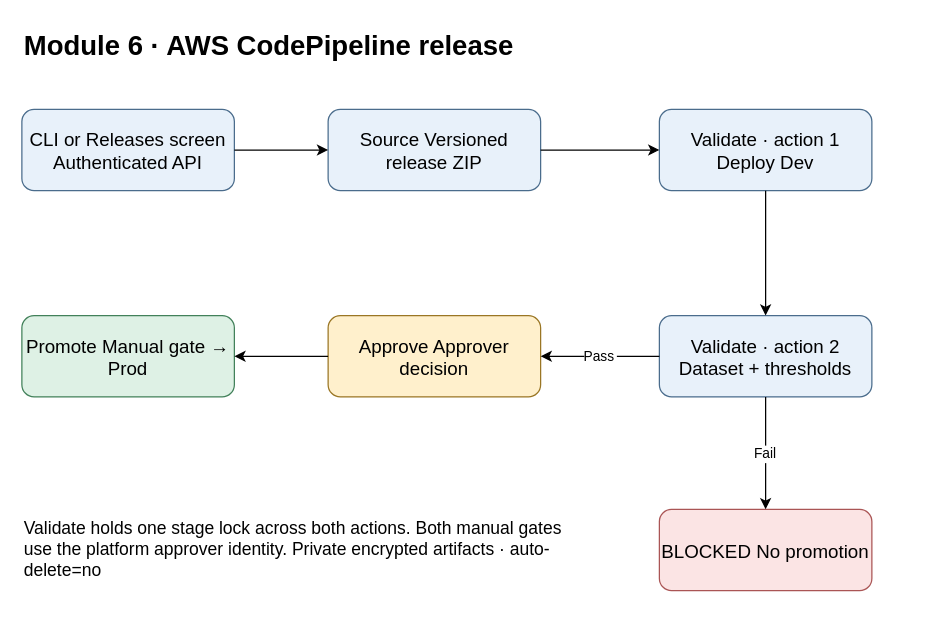
aws-samples/sample-agentic-ai-platform-on-aws-workshop keeps this draw.io diagram as docs/v2/course/arch/module-6-codepipeline.drawio. Above is the earlier version. Source tidied: cells renumbered, new cells numbered last; positions are measured from the earlier drawing's top-left corner, leaving out a move shared by most shapes. Both pictures are drawn from the tidied source at 125%, with x=0, y=0 at pixel (21, 21).
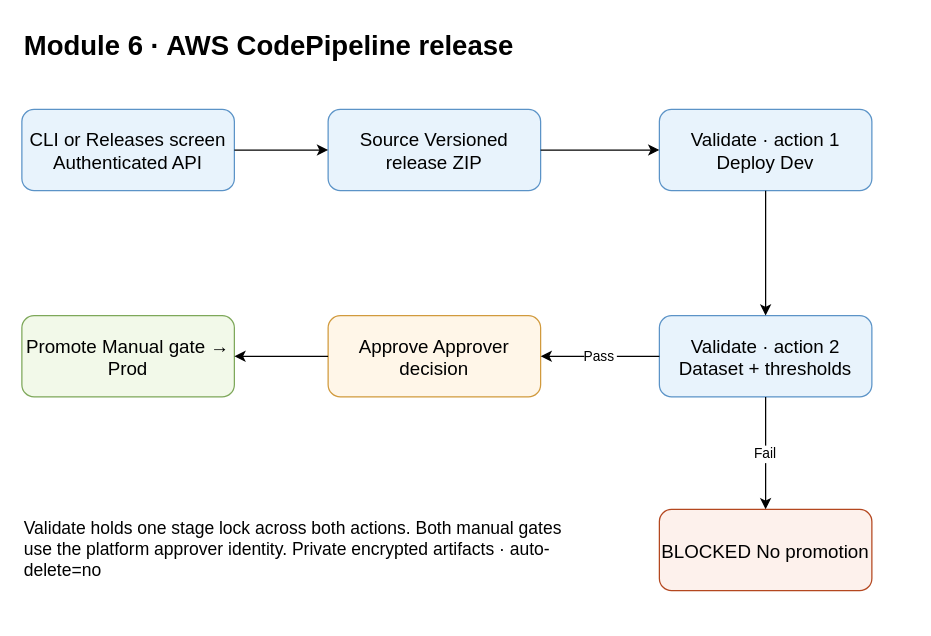
After the change.

What changed in the source:
```diff
@@
 <mxGraphModel>
   <root>
     <mxCell id="0" />
     <mxCell id="1" parent="0" />
     <mxCell id="2" value="Module 6 · AWS CodePipeline release" style="text;html=1;fontSize=22;fontStyle=1;align=left;" parent="1" vertex="1">
       <mxGeometry width="710" height="40" as="geometry" />
     </mxCell>
-    <mxCell id="3" value="CLI or Releases screen Authenticated API" style="rounded=1;whiteSpace=wrap;fillColor=#E8F1FA;strokeColor=#4A6C8C;fontSize=15;" parent="1" vertex="1">
+    <mxCell id="3" value="CLI or Releases screen Authenticated API" style="rounded=1;whiteSpace=wrap;fillColor=#E8F3FC;strokeColor=#5B93C7;fontSize=15;" parent="1" vertex="1">
       <mxGeometry y="70" width="170" height="65" as="geometry" />
     </mxCell>
-    <mxCell id="4" value="Source Versioned release ZIP" style="rounded=1;whiteSpace=wrap;fillColor=#E8F1FA;strokeColor=#4A6C8C;fontSize=15;" parent="1" vertex="1">
+    <mxCell id="4" value="Source Versioned release ZIP" style="rounded=1;whiteSpace=wrap;fillColor=#E8F3FC;strokeColor=#5B93C7;fontSize=15;" parent="1" vertex="1">
       <mxGeometry x="245" y="70" width="170" height="65" as="geometry" />
     </mxCell>
-    <mxCell id="5" value="Validate · action 1 Deploy Dev" style="rounded=1;whiteSpace=wrap;fillColor=#E8F1FA;strokeColor=#4A6C8C;fontSize=15;" parent="1" vertex="1">
+    <mxCell id="5" value="Validate · action 1 Deploy Dev" style="rounded=1;whiteSpace=wrap;fillColor=#E8F3FC;strokeColor=#5B93C7;fontSize=15;" parent="1" vertex="1">
       <mxGeometry x="510" y="70" width="170" height="65" as="geometry" />
     </mxCell>
-    <mxCell id="6" value="Validate · action 2 Dataset + thresholds" style="rounded=1;whiteSpace=wrap;fillColor=#E8F1FA;strokeColor=#4A6C8C;fontSize=15;" parent="1" vertex="1">
+    <mxCell id="6" value="Validate · action 2 Dataset + thresholds" style="rounded=1;whiteSpace=wrap;fillColor=#E8F3FC;strokeColor=#5B93C7;fontSize=15;" parent="1" vertex="1">
       <mxGeometry x="510" y="235" width="170" height="65" as="geometry" />
     </mxCell>
-    <mxCell id="7" value="Approve Approver decision" style="rounded=1;whiteSpace=wrap;fillColor=#FFF0CC;strokeColor=#9A7624;fontSize=15;" parent="1" vertex="1">
+    <mxCell id="7" value="Approve Approver decision" style="rounded=1;whiteSpace=wrap;fillColor=#FFF6E8;strokeColor=#D19A3D;fontSize=15;" parent="1" vertex="1">
       <mxGeometry x="245" y="235" width="170" height="65" as="geometry" />
     </mxCell>
-    <mxCell id="8" value="Promote Manual gate → Prod" style="rounded=1;whiteSpace=wrap;fillColor=#DEF1E5;strokeColor=#42815A;fontSize=15;" parent="1" vertex="1">
+    <mxCell id="8" value="Promote Manual gate → Prod" style="rounded=1;whiteSpace=wrap;fillColor=#F2F9E9;strokeColor=#7EA85A;fontSize=15;" parent="1" vertex="1">
       <mxGeometry y="235" width="170" height="65" as="geometry" />
     </mxCell>
-    <mxCell id="9" value="BLOCKED No promotion" style="rounded=1;whiteSpace=wrap;fillColor=#FBE4E4;strokeColor=#AA5555;fontSize=15;" parent="1" vertex="1">
+    <mxCell id="9" value="BLOCKED No promotion" style="rounded=1;whiteSpace=wrap;fillColor=#FDF1EC;strokeColor=#B4471F;fontSize=15;" parent="1" vertex="1">
       <mxGeometry x="510" y="390" width="170" height="65" as="geometry" />
     </mxCell>
     <mxCell id="10" value="Validate holds one stage lock across both actions. Both manual gates use the platform approver identity. Private encrypted artifacts · auto-delete=no" style="text;whiteSpace=wrap;fontSize=14;align=left;verticalAlign=top;" parent="1" vertex="1">
       <mxGeometry y="390" width="450" height="85" as="geometry" />
     </mxCell>
     <mxCell id="11" style="edgeStyle=orthogonalEdgeStyle;endArrow=classic;exitX=1;exitY=0.5;entryX=0;entryY=0.5;" parent="1" edge="1" source="3" target="4">
       <mxGeometry relative="1" as="geometry" />
     </mxCell>
     <mxCell id="12" style="edgeStyle=orthogonalEdgeStyle;endArrow=classic;exitX=1;exitY=0.5;entryX=0;entryY=0.5;" parent="1" edge="1" source="4" target="5">
       <mxGeometry relative="1" as="geometry" />
     </mxCell>
     <mxCell id="13" style="edgeStyle=orthogonalEdgeStyle;endArrow=classic;exitX=0.5;exitY=1;entryX=0.5;entryY=0;" parent="1" edge="1" source="5" target="6">
       <mxGeometry relative="1" as="geometry" />
     </mxCell>
     <mxCell id="14" value="Pass" style="edgeStyle=orthogonalEdgeStyle;endArrow=classic;exitX=0;exitY=0.5;entryX=1;entryY=0.5;" parent="1" edge="1" source="6" target="7">
       <mxGeometry relative="1" as="geometry" />
     </mxCell>
     <mxCell id="15" style="edgeStyle=orthogonalEdgeStyle;endArrow=classic;exitX=0;exitY=0.5;entryX=1;entryY=0.5;" parent="1" edge="1" source="7" target="8">
       <mxGeometry relative="1" as="geometry" />
     </mxCell>
     <mxCell id="16" value="Fail" style="edgeStyle=orthogonalEdgeStyle;endArrow=classic;exitX=0.5;exitY=1;entryX=0.5;entryY=0;" parent="1" edge="1" source="6" target="9">
       <mxGeometry relative="1" as="geometry" />
     </mxCell>
   </root>
 </mxGraphModel>
```
